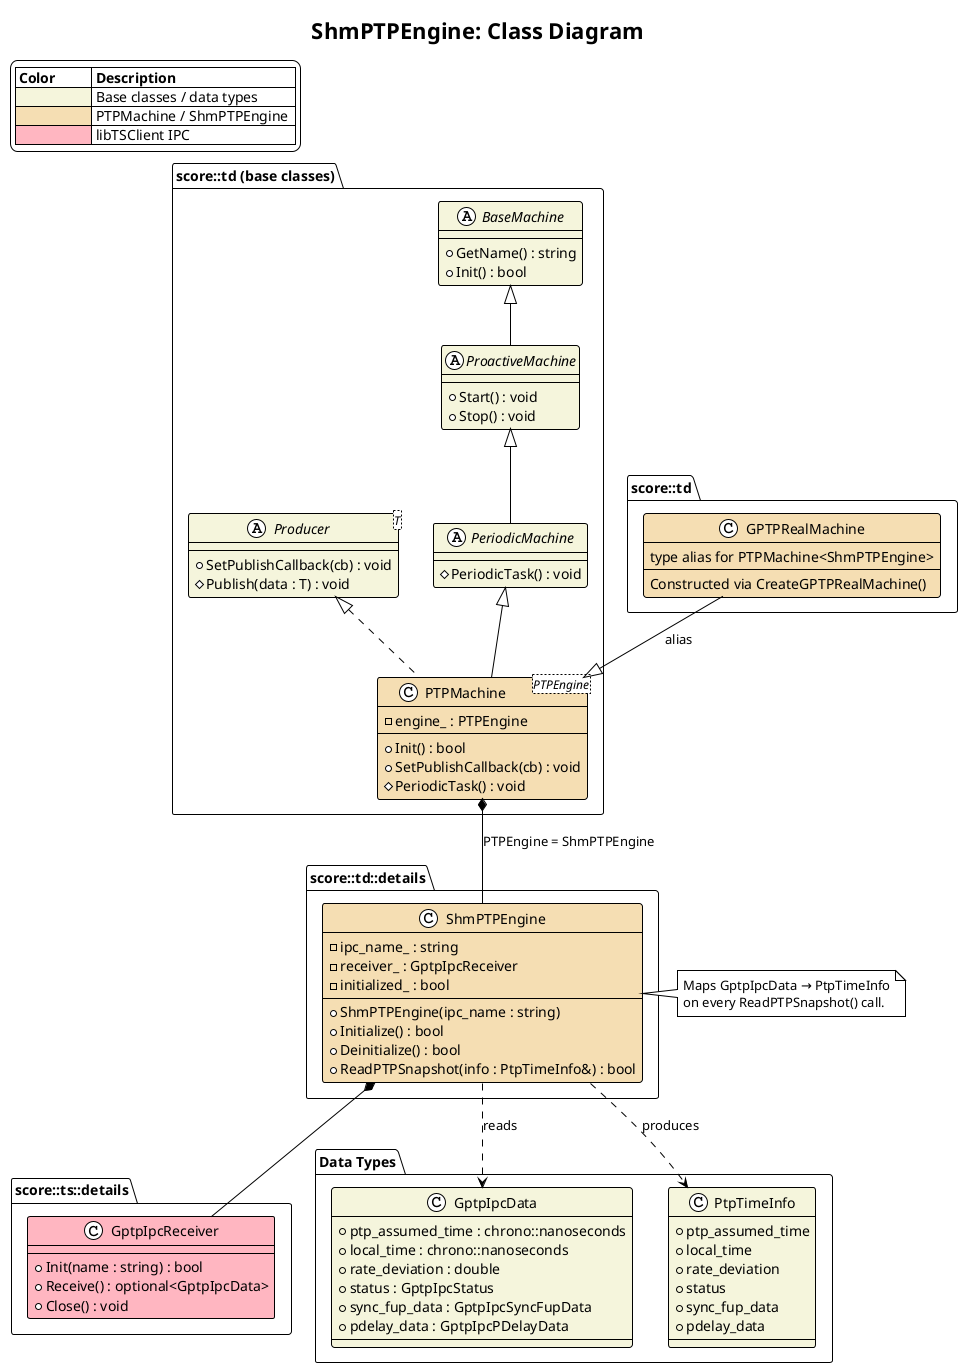
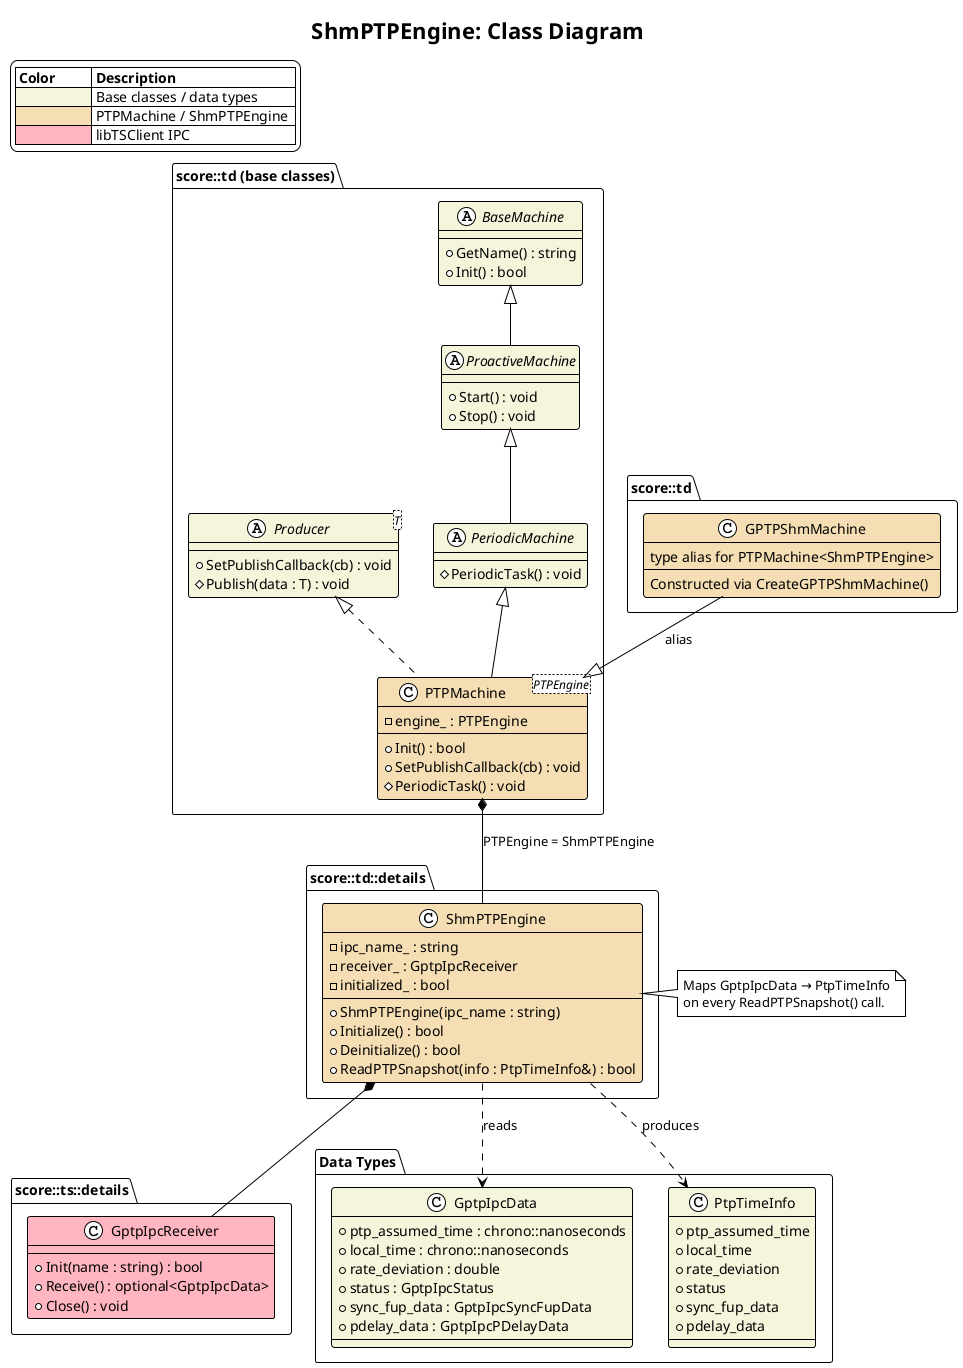
@startuml shm_ptp_engine_class_diagram
!theme plain

title ShmPTPEngine: Class Diagram

legend top left
    |= Color          |= Description              |
    | <#Beige>        | Base classes / data types  |
    | <#Wheat>        | PTPMachine / ShmPTPEngine  |
    | <#LightPink>    | libTSClient IPC            |
endlegend

package "score::td" {
-     class "GPTPRealMachine" as real_machine #Wheat {
+     class "GPTPShmMachine" as real_machine #Wheat {
        type alias for PTPMachine<ShmPTPEngine>
        --
-         Constructed via CreateGPTPRealMachine()
+         Constructed via CreateGPTPShmMachine()
    }
}

package "score::td (base classes)" {
    abstract class "BaseMachine" as base_machine #Beige {
        + GetName() : string
        + Init() : bool
    }

    abstract class "ProactiveMachine" as proactive_machine #Beige {
        + Start() : void
        + Stop() : void
    }

    abstract class "PeriodicMachine" as periodic_machine #Beige {
        # PeriodicTask() : void
    }

    abstract class "Producer<T>" as producer #Beige {
        + SetPublishCallback(cb) : void
        # Publish(data : T) : void
    }

    class "PTPMachine<PTPEngine>" as ptp_machine #Wheat {
        - engine_ : PTPEngine
        + Init() : bool
        + SetPublishCallback(cb) : void
        # PeriodicTask() : void
    }

    base_machine <|-- proactive_machine
    proactive_machine <|-- periodic_machine
    periodic_machine <|-- ptp_machine
    producer <|.. ptp_machine
}

package "score::td::details" {
    class ShmPTPEngine #Wheat {
        - ipc_name_ : string
        - receiver_ : GptpIpcReceiver
        - initialized_ : bool
        + ShmPTPEngine(ipc_name : string)
        + Initialize() : bool
        + Deinitialize() : bool
        + ReadPTPSnapshot(info : PtpTimeInfo&) : bool
    }
}

package "score::ts::details" {
    class GptpIpcReceiver #LightPink {
        + Init(name : string) : bool
        + Receive() : optional<GptpIpcData>
        + Close() : void
    }
}

package "Data Types" {
    class GptpIpcData #Beige {
        + ptp_assumed_time : chrono::nanoseconds
        + local_time : chrono::nanoseconds
        + rate_deviation : double
        + status : GptpIpcStatus
        + sync_fup_data : GptpIpcSyncFupData
        + pdelay_data : GptpIpcPDelayData
    }

    class PtpTimeInfo #Beige {
        + ptp_assumed_time
        + local_time
        + rate_deviation
        + status
        + sync_fup_data
        + pdelay_data
    }
}

ptp_machine *-- ShmPTPEngine : PTPEngine = ShmPTPEngine
ShmPTPEngine *-- GptpIpcReceiver
ShmPTPEngine ..> GptpIpcData : reads
ShmPTPEngine ..> PtpTimeInfo : produces
real_machine --|> ptp_machine : alias

note right of ShmPTPEngine
  Maps GptpIpcData → PtpTimeInfo
  on every ReadPTPSnapshot() call.
end note

@enduml
